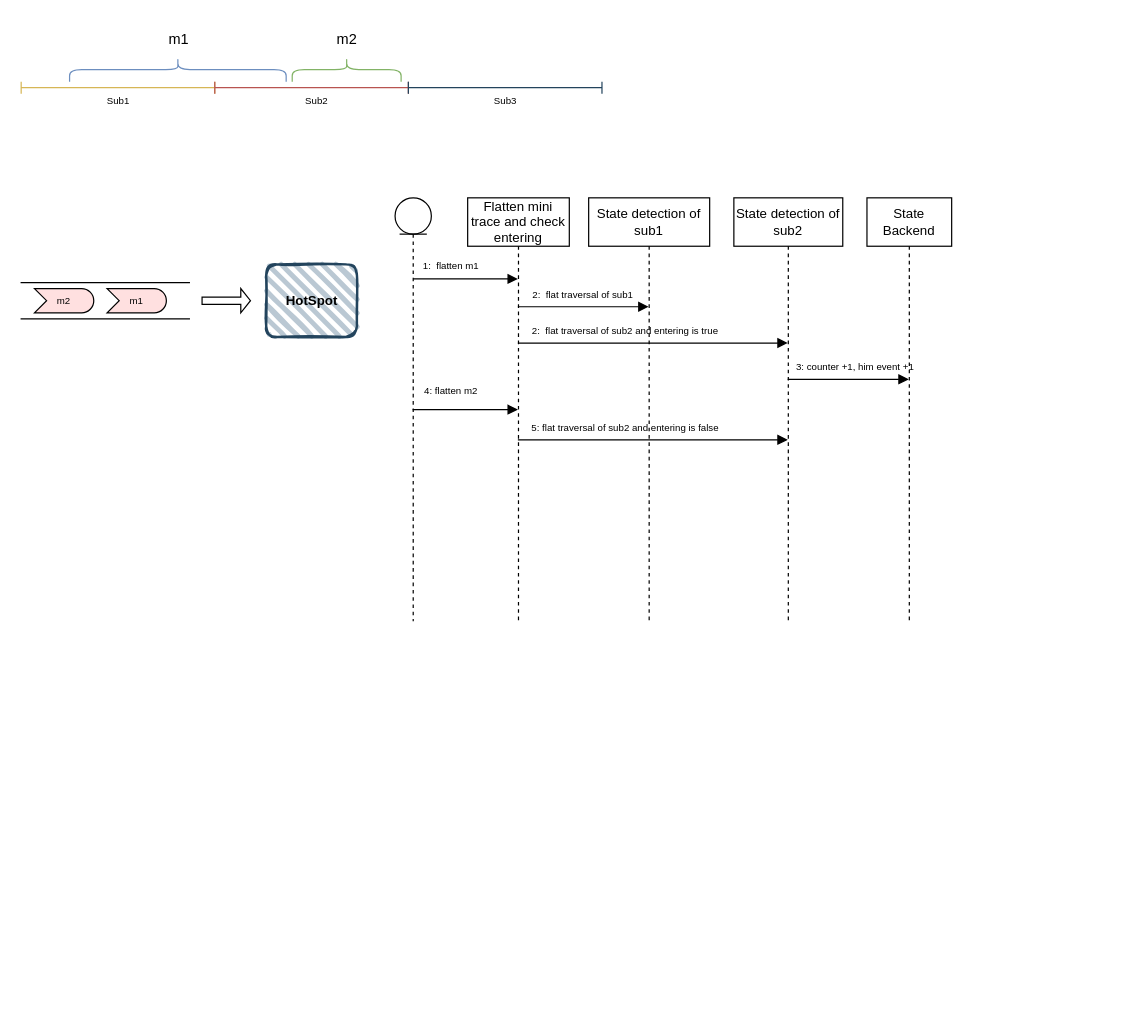
Earlier version of the draw.io diagram out-of-order.drawio (ponyFan/pony_note). Source tidied: cells renumbered, new cells numbered last; positions are measured from the earlier drawing's top-left corner, leaving out a move shared by most shapes. Both pictures are drawn from the tidied source at 121%, with x=0, y=0 at pixel (21, 21).
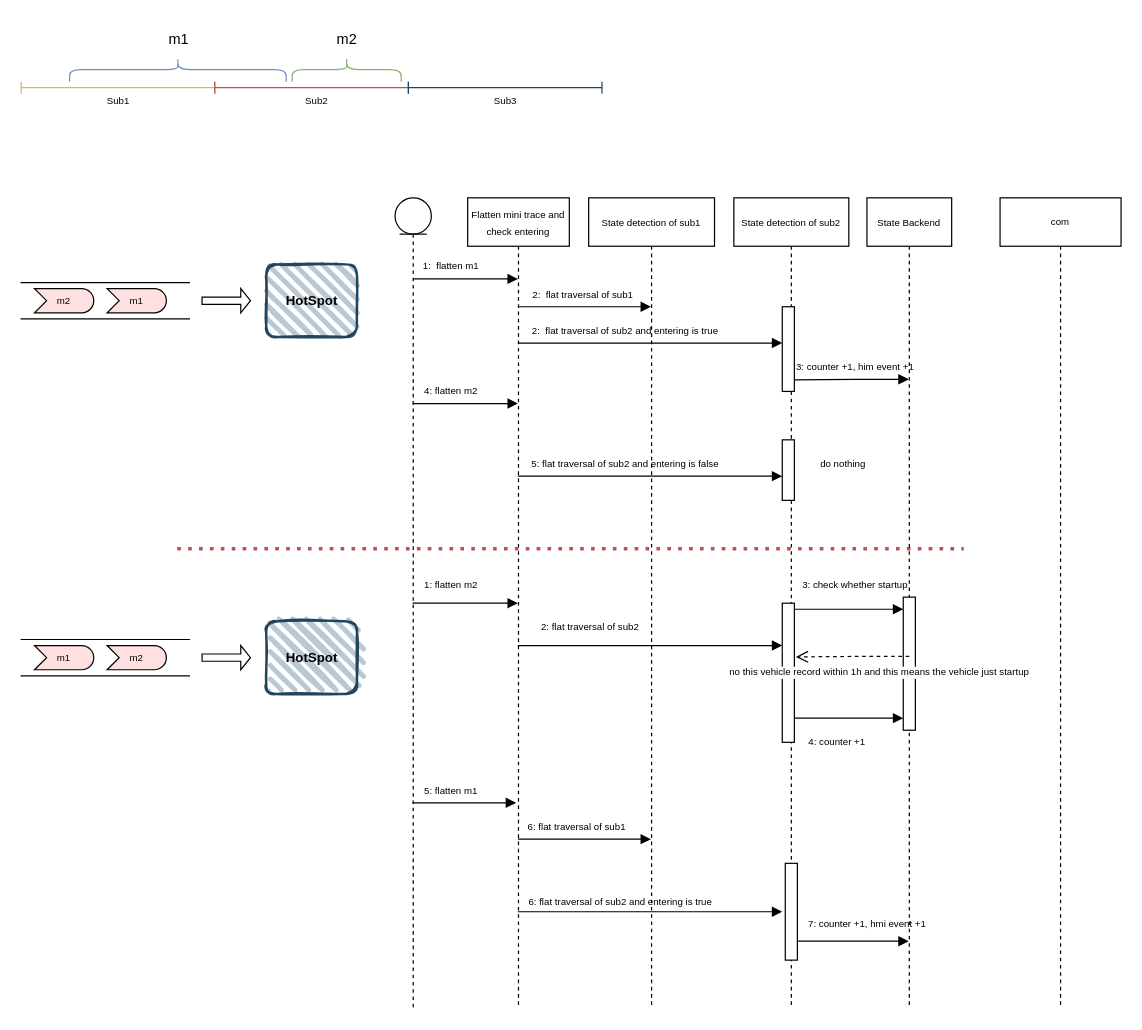
After the change.

Unchanged cells that the change refers to:
```xml
<mxCell id="21" value="3: counter +1, him event +1" style="text;html=1;align=center;verticalAlign=middle;points=[];strokeColor=none;fillColor=none;fontSize=8;" parent="20" vertex="1">
  <mxGeometry x="-70" y="130" width="120" height="20" as="geometry" />
</mxCell>
```

Change to the diagram source:
```diff
@@
-    <mxCell id="17" value="Flatten&amp;nbsp;mini trace and check entering" style="shape=umlLifeline;perimeter=lifelinePerimeter;whiteSpace=wrap;html=1;outlineConnect=0;fontSize=11;" parent="1" vertex="1">
-      <mxGeometry x="369" y="146" width="84" height="350" as="geometry" />
+    <mxCell id="17" value="&lt;font style=&quot;font-size: 8px;&quot;&gt;Flatten&amp;nbsp;mini trace and check entering&lt;/font&gt;" style="shape=umlLifeline;perimeter=lifelinePerimeter;whiteSpace=wrap;html=1;outlineConnect=0;fontSize=11;" parent="1" vertex="1">
+      <mxGeometry x="369" y="146" width="84" height="670" as="geometry" />
     </mxCell>
+    <mxCell id="34" style="endArrow=none;html=1;rounded=0;dashed=1;dashPattern=1 2;fontSize=8;fillColor=#f8cecc;strokeColor=#b85450;gradientColor=#ea6b66;strokeWidth=3;" parent="17" edge="1">
+      <mxGeometry relative="1" as="geometry">
+        <mxPoint x="-240" y="290" as="sourcePoint" />
+        <mxPoint x="410" y="290" as="targetPoint" />
+      </mxGeometry>
+    </mxCell>
+    <mxCell id="35" style="html=1;align=right;verticalAlign=bottom;fontSize=8;" parent="34" vertex="1">
+      <mxGeometry x="1" relative="1" as="geometry" />
+    </mxCell>
+    <mxCell id="36" style="html=1;verticalAlign=bottom;endArrow=block;rounded=0;strokeWidth=1;fontSize=8;" parent="17" edge="1" source="22">
+      <mxGeometry relative="1" as="geometry">
+        <mxPoint x="40" y="500" as="targetPoint" />
+      </mxGeometry>
+    </mxCell>
-    <mxCell id="18" value="State detection of sub1" style="shape=umlLifeline;perimeter=lifelinePerimeter;whiteSpace=wrap;html=1;outlineConnect=0;fontSize=11;" parent="1" vertex="1">
-      <mxGeometry x="469" y="146" width="100" height="350" as="geometry" />
+    <mxCell id="18" value="&lt;font style=&quot;font-size: 8px;&quot;&gt;State detection of sub1&lt;/font&gt;" style="shape=umlLifeline;perimeter=lifelinePerimeter;whiteSpace=wrap;html=1;outlineConnect=0;fontSize=11;" parent="1" vertex="1">
+      <mxGeometry x="469" y="146" width="104" height="670" as="geometry" />
     </mxCell>
     <mxCell id="19" value="5: flat traversal of sub2 and entering is false" style="text;html=1;align=center;verticalAlign=middle;strokeColor=none;fillColor=none;fontSize=8;" parent="18" vertex="1">
-      <mxGeometry x="-60" y="180" width="180" height="20" as="geometry" />
+      <mxGeometry x="-60" y="210" width="180" height="20" as="geometry" />
     </mxCell>
+    <mxCell id="37" value="6: flat traversal of sub1" style="text;html=1;align=center;verticalAlign=middle;strokeColor=none;fillColor=none;fontSize=8;" parent="18" vertex="1">
+      <mxGeometry x="-60" y="510" width="100" height="20" as="geometry" />
+    </mxCell>
-    <mxCell id="20" value="State Backend" style="shape=umlLifeline;perimeter=lifelinePerimeter;whiteSpace=wrap;html=1;outlineConnect=0;fontSize=11;" parent="1" vertex="1">
-      <mxGeometry x="699" y="146" width="70" height="350" as="geometry" />
+    <mxCell id="20" value="&lt;font style=&quot;font-size: 8px;&quot;&gt;State Backend&lt;/font&gt;" style="shape=umlLifeline;perimeter=lifelinePerimeter;whiteSpace=wrap;html=1;outlineConnect=0;fontSize=11;" parent="1" vertex="1">
+      <mxGeometry x="699" y="146" width="70" height="670" as="geometry" />
     </mxCell>
@@
+    <mxCell id="30" style="html=1;verticalAlign=bottom;endArrow=block;rounded=0;fontSize=8;exitX=0.081;exitY=1.025;exitDx=0;exitDy=0;exitPerimeter=0;" parent="20" edge="1" source="21" target="20">
+      <mxGeometry relative="1" as="geometry">
+        <Array as="points">
+          <mxPoint x="-10" y="150" />
+        </Array>
+      </mxGeometry>
+    </mxCell>
+    <mxCell id="38" style="html=1;perimeter=orthogonalPerimeter;fontSize=8;" parent="20" vertex="1">
+      <mxGeometry x="30" y="330" width="10" height="110" as="geometry" />
+    </mxCell>
+    <mxCell id="39" style="html=1;verticalAlign=bottom;endArrow=block;rounded=0;fontSize=8;" parent="20" edge="1">
+      <mxGeometry relative="1" as="geometry">
+        <mxPoint x="-60" y="340" as="sourcePoint" />
+        <mxPoint x="30" y="340" as="targetPoint" />
+      </mxGeometry>
+    </mxCell>
+    <mxCell id="40" style="html=1;verticalAlign=bottom;endArrow=block;rounded=0;fontSize=8;" parent="20" edge="1">
+      <mxGeometry relative="1" as="geometry">
+        <mxPoint x="-60" y="430" as="sourcePoint" />
+        <mxPoint x="30" y="430" as="targetPoint" />
+      </mxGeometry>
+    </mxCell>
+    <mxCell id="41" value="7: counter +1, hmi event +1" style="text;html=1;align=center;verticalAlign=middle;strokeColor=none;fillColor=none;fontSize=8;" parent="20" vertex="1">
+      <mxGeometry x="-60" y="590" width="120" height="20" as="geometry" />
+    </mxCell>
     <mxCell id="22" style="shape=umlLifeline;participant=umlEntity;perimeter=lifelinePerimeter;whiteSpace=wrap;html=1;verticalAlign=top;spacingTop=36;outlineConnect=0;fontSize=11;size=30;" parent="1" vertex="1">
-      <mxGeometry x="309" y="146" width="30" height="350" as="geometry" />
+      <mxGeometry x="309" y="146" width="30" height="670" as="geometry" />
     </mxCell>
@@
-    <mxCell id="24" value="State detection of sub2" style="shape=umlLifeline;perimeter=lifelinePerimeter;whiteSpace=wrap;html=1;outlineConnect=0;fontSize=11;" parent="1" vertex="1">
-      <mxGeometry x="589" y="146" width="90" height="350" as="geometry" />
+    <mxCell id="24" value="&lt;font style=&quot;font-size: 8px;&quot;&gt;State detection of sub2&lt;/font&gt;" style="shape=umlLifeline;perimeter=lifelinePerimeter;whiteSpace=wrap;html=1;outlineConnect=0;fontSize=11;" parent="1" vertex="1">
+      <mxGeometry x="589" y="146" width="95" height="670" as="geometry" />
     </mxCell>
+    <mxCell id="42" style="html=1;perimeter=orthogonalPerimeter;fontSize=8;" parent="24" vertex="1">
+      <mxGeometry x="40" y="200" width="10" height="50" as="geometry" />
+    </mxCell>
+    <mxCell id="43" style="html=1;perimeter=orthogonalPerimeter;fontSize=8;" parent="24" vertex="1">
+      <mxGeometry x="40" y="90" width="10" height="70" as="geometry" />
+    </mxCell>
+    <mxCell id="44" style="html=1;points=[];perimeter=orthogonalPerimeter;fontSize=8;" parent="24" vertex="1">
+      <mxGeometry x="40" y="335" width="10" height="115" as="geometry" />
+    </mxCell>
+    <mxCell id="45" style="html=1;points=[];perimeter=orthogonalPerimeter;fontSize=8;" parent="24" vertex="1">
+      <mxGeometry x="42.5" y="550" width="10" height="80" as="geometry" />
+    </mxCell>
@@
-    <mxCell id="27" style="html=1;verticalAlign=bottom;endArrow=block;rounded=0;fontSize=8;" parent="1" edge="1" source="17" target="24">
+    <mxCell id="27" style="html=1;verticalAlign=bottom;endArrow=block;rounded=0;fontSize=8;" parent="1" edge="1" source="17">
       <mxGeometry relative="1" as="geometry">
+        <mxPoint x="629" y="266" as="targetPoint" />
         <Array as="points">
           <mxPoint x="479" y="266" />
         </Array>
       </mxGeometry>
     </mxCell>
@@
-    <mxCell id="30" style="html=1;verticalAlign=bottom;endArrow=block;rounded=0;fontSize=8;" parent="1" edge="1" source="24" target="20">
-      <mxGeometry relative="1" as="geometry">
-        <Array as="points">
-          <mxPoint x="689" y="296" />
-        </Array>
-      </mxGeometry>
-    </mxCell>
     <mxCell id="31" style="html=1;verticalAlign=bottom;endArrow=block;rounded=0;fontSize=8;" parent="1" edge="1" source="22" target="17">
-      <mxGeometry relative="1" as="geometry" />
+      <mxGeometry relative="1" as="geometry">
+        <Array as="points">
+          <mxPoint x="379" y="316" />
+        </Array>
+      </mxGeometry>
     </mxCell>
@@
-    <mxCell id="33" style="html=1;verticalAlign=bottom;endArrow=block;rounded=0;fontSize=8;" parent="1" edge="1" source="17" target="24">
+    <mxCell id="33" style="html=1;verticalAlign=bottom;endArrow=block;rounded=0;fontSize=8;" parent="1" edge="1" source="17">
       <mxGeometry relative="1" as="geometry">
+        <mxPoint x="629" y="376" as="targetPoint" />
         <Array as="points">
-          <mxPoint x="539" y="346" />
+          <mxPoint x="539" y="376" />
         </Array>
       </mxGeometry>
     </mxCell>
+    <mxCell id="46" value="do nothing" style="text;html=1;align=center;verticalAlign=middle;strokeColor=none;fillColor=none;fontSize=8;" parent="1" vertex="1">
+      <mxGeometry x="649" y="356" width="60" height="20" as="geometry" />
+    </mxCell>
+    <mxCell id="47" style="shape=partialRectangle;whiteSpace=wrap;html=1;left=0;right=0;fillColor=none;fontSize=8;" parent="1" vertex="1">
+      <mxGeometry y="511" width="139" height="30" as="geometry" />
+    </mxCell>
+    <mxCell id="48" value="m2" style="html=1;whiteSpace=wrap;fillColor=#FFE0E0;shape=mxgraph.archimate3.event;fontSize=8;" parent="1" vertex="1">
+      <mxGeometry x="71" y="516" width="49" height="20" as="geometry" />
+    </mxCell>
+    <mxCell id="49" value="m1" style="html=1;whiteSpace=wrap;fillColor=#FFE0E0;shape=mxgraph.archimate3.event;fontSize=8;" parent="1" vertex="1">
+      <mxGeometry x="11" y="516" width="49" height="20" as="geometry" />
+    </mxCell>
+    <mxCell id="50" value="&lt;b&gt;&lt;font style=&quot;font-size: 11px;&quot;&gt;HotSpot&lt;/font&gt;&lt;/b&gt;" style="rounded=1;whiteSpace=wrap;html=1;strokeWidth=2;fillWeight=4;hachureGap=8;hachureAngle=45;fillColor=#bac8d3;sketch=1;fontSize=8;strokeColor=#23445d;" parent="1" vertex="1">
+      <mxGeometry x="202.5" y="496" width="75" height="60" as="geometry" />
+    </mxCell>
+    <mxCell id="51" style="shape=singleArrow;whiteSpace=wrap;html=1;fontSize=11;" parent="1" vertex="1">
+      <mxGeometry x="149.5" y="516" width="40" height="20" as="geometry" />
+    </mxCell>
+    <mxCell id="52" style="html=1;verticalAlign=bottom;endArrow=block;rounded=0;fontSize=8;" parent="1" edge="1" source="22" target="17">
+      <mxGeometry relative="1" as="geometry" />
+    </mxCell>
+    <mxCell id="53" value="1: flatten m2" style="text;html=1;align=center;verticalAlign=middle;strokeColor=none;fillColor=none;fontSize=8;" parent="1" vertex="1">
+      <mxGeometry x="320" y="456" width="70" height="20" as="geometry" />
+    </mxCell>
+    <mxCell id="54" style="html=1;verticalAlign=bottom;endArrow=block;rounded=0;fontSize=8;" parent="1" edge="1" source="17">
+      <mxGeometry relative="1" as="geometry">
+        <mxPoint x="629" y="516" as="targetPoint" />
+        <Array as="points">
+          <mxPoint x="549" y="516" />
+        </Array>
+      </mxGeometry>
+    </mxCell>
+    <mxCell id="55" value="2: flat traversal of sub2" style="text;html=1;align=center;verticalAlign=middle;strokeColor=none;fillColor=none;fontSize=8;" parent="1" vertex="1">
+      <mxGeometry x="420" y="491" width="100" height="20" as="geometry" />
+    </mxCell>
+    <mxCell id="56" value="4: counter +1" style="text;html=1;align=center;verticalAlign=middle;strokeColor=none;fillColor=none;fontSize=8;" parent="1" vertex="1">
+      <mxGeometry x="639" y="586" width="70" height="20" as="geometry" />
+    </mxCell>
+    <mxCell id="57" value="no this vehicle record within 1h and this means the vehicle just startup" style="html=1;verticalAlign=bottom;endArrow=open;dashed=1;endSize=8;rounded=0;fontSize=8;entryX=1.125;entryY=0.386;entryDx=0;entryDy=0;entryPerimeter=0;" parent="1" edge="1" target="44">
+      <mxGeometry x="-0.47" y="21" relative="1" as="geometry">
+        <mxPoint x="734" y="525" as="sourcePoint" />
+        <Array as="points">
+          <mxPoint x="689" y="525" />
+        </Array>
+      </mxGeometry>
+    </mxCell>
+    <mxCell id="58" value="3: check whether startup" style="text;html=1;align=center;verticalAlign=middle;strokeColor=none;fillColor=none;fontSize=8;" parent="1" vertex="1">
+      <mxGeometry x="634" y="456" width="110" height="20" as="geometry" />
+    </mxCell>
+    <mxCell id="59" value="5: flatten m1" style="text;html=1;align=center;verticalAlign=middle;strokeColor=none;fillColor=none;fontSize=8;" parent="1" vertex="1">
+      <mxGeometry x="320" y="626" width="70" height="20" as="geometry" />
+    </mxCell>
+    <mxCell id="60" style="html=1;verticalAlign=bottom;endArrow=block;rounded=0;strokeWidth=1;fontSize=8;" parent="1" edge="1" source="17" target="18">
+      <mxGeometry relative="1" as="geometry">
+        <Array as="points">
+          <mxPoint x="479" y="676" />
+        </Array>
+      </mxGeometry>
+    </mxCell>
+    <mxCell id="61" style="html=1;verticalAlign=bottom;endArrow=block;rounded=0;strokeWidth=1;fontSize=8;" parent="1" edge="1" source="17">
+      <mxGeometry relative="1" as="geometry">
+        <mxPoint x="629" y="736" as="targetPoint" />
+        <Array as="points">
+          <mxPoint x="489" y="736" />
+        </Array>
+      </mxGeometry>
+    </mxCell>
+    <mxCell id="62" value="6: flat traversal of sub2 and entering is true" style="text;html=1;align=center;verticalAlign=middle;strokeColor=none;fillColor=none;fontSize=8;" parent="1" vertex="1">
+      <mxGeometry x="405" y="718" width="180" height="20" as="geometry" />
+    </mxCell>
+    <mxCell id="63" style="html=1;verticalAlign=bottom;endArrow=block;rounded=0;strokeWidth=1;fontSize=8;exitX=0.958;exitY=0.804;exitDx=0;exitDy=0;exitPerimeter=0;" parent="1" edge="1" source="45" target="20">
+      <mxGeometry relative="1" as="geometry" />
+    </mxCell>
+    <mxCell id="64" value="com" style="shape=umlLifeline;perimeter=lifelinePerimeter;whiteSpace=wrap;html=1;fontSize=8;" parent="1" vertex="1">
+      <mxGeometry x="809" y="146" width="100" height="670" as="geometry" />
+    </mxCell>
```
